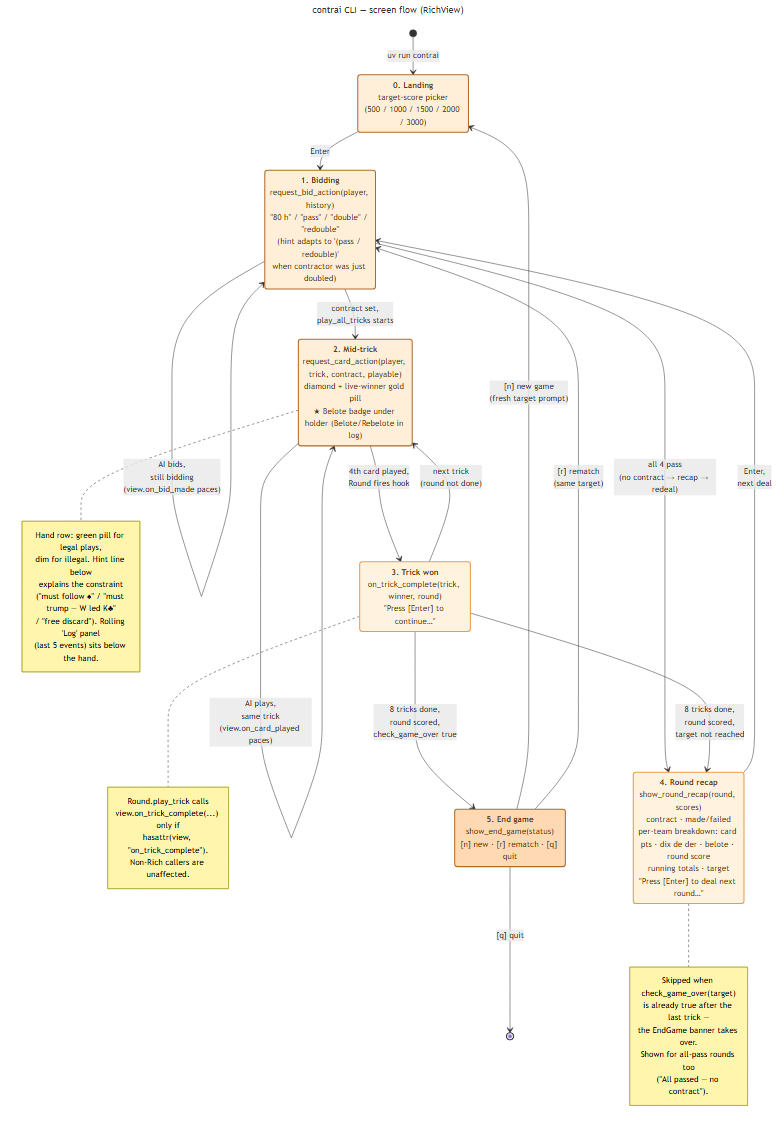
This is docs/diagrams/state_cli_screens.png from valmathieu/ContrAI, a Mermaid export, as it was before one commit. Its source is kept beside it as docs/diagrams/state_cli_screens.mmd.
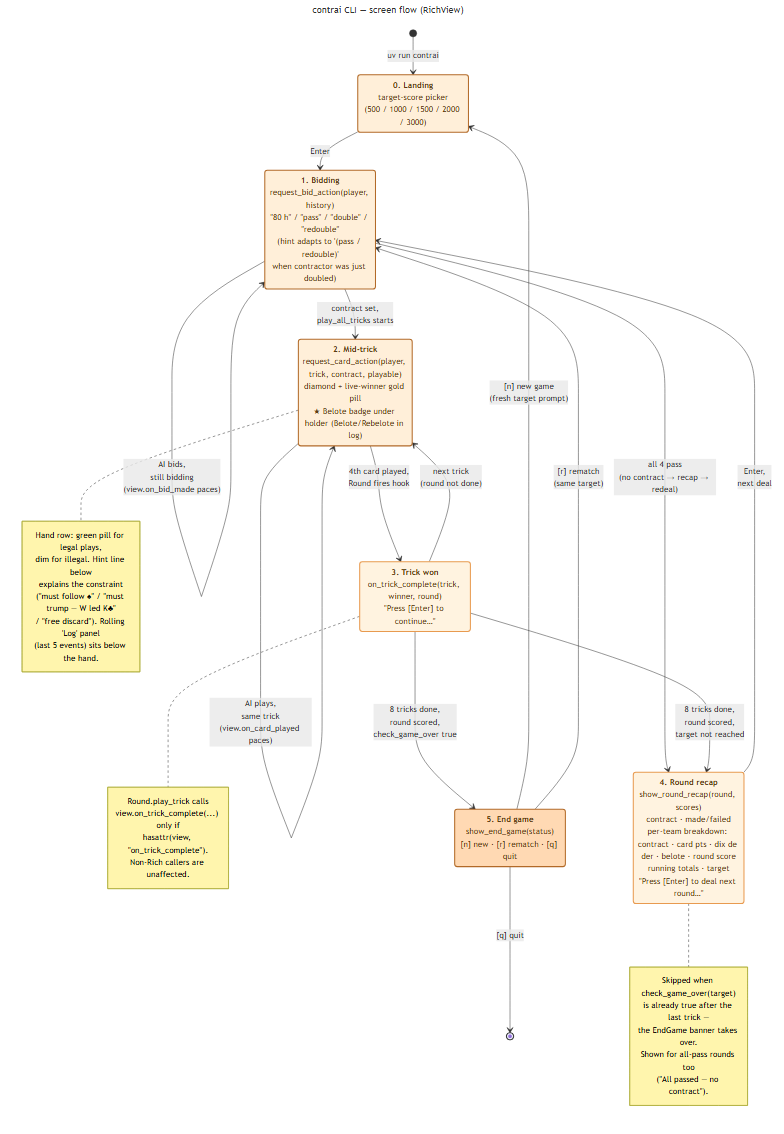
Later version of the same file.

Commit message:
feat(engine): add Contract row to the round-recap breakdown

What changed in the source:
```diff
@@ -10,7 +10,7 @@
     Bidding : <b>1. Bidding</b><br/>request_bid_action(player, history)<br/>"80 h" / "pass" / "double" / "redouble"<br/>(hint adapts to '(pass / redouble)'<br/>when contractor was just doubled)
     MidTrick : <b>2. Mid-trick</b><br/>request_card_action(player, trick, contract, playable)<br/>diamond + live-winner gold pill<br/>★ Belote badge under holder (Belote/Rebelote in log)
     TrickWon : <b>3. Trick won</b><br/>on_trick_complete(trick, winner, round)<br/>"Press [Enter] to continue…"
-    RoundRecap : <b>4. Round recap</b><br/>show_round_recap(round, scores)<br/>contract · made/failed<br/>per-team breakdown: card pts · dix de der · belote · round score<br/>running totals · target<br/>"Press [Enter] to deal next round…"
+    RoundRecap : <b>4. Round recap</b><br/>show_round_recap(round, scores)<br/>contract · made/failed<br/>per-team breakdown: contract · card pts · dix de der · belote · round score<br/>running totals · target<br/>"Press [Enter] to deal next round…"
     EndGame : <b>5. End game</b><br/>show_end_game(status)<br/>[n] new · [r] rematch · [q] quit
 
     Landing --> Bidding : Enter
```
